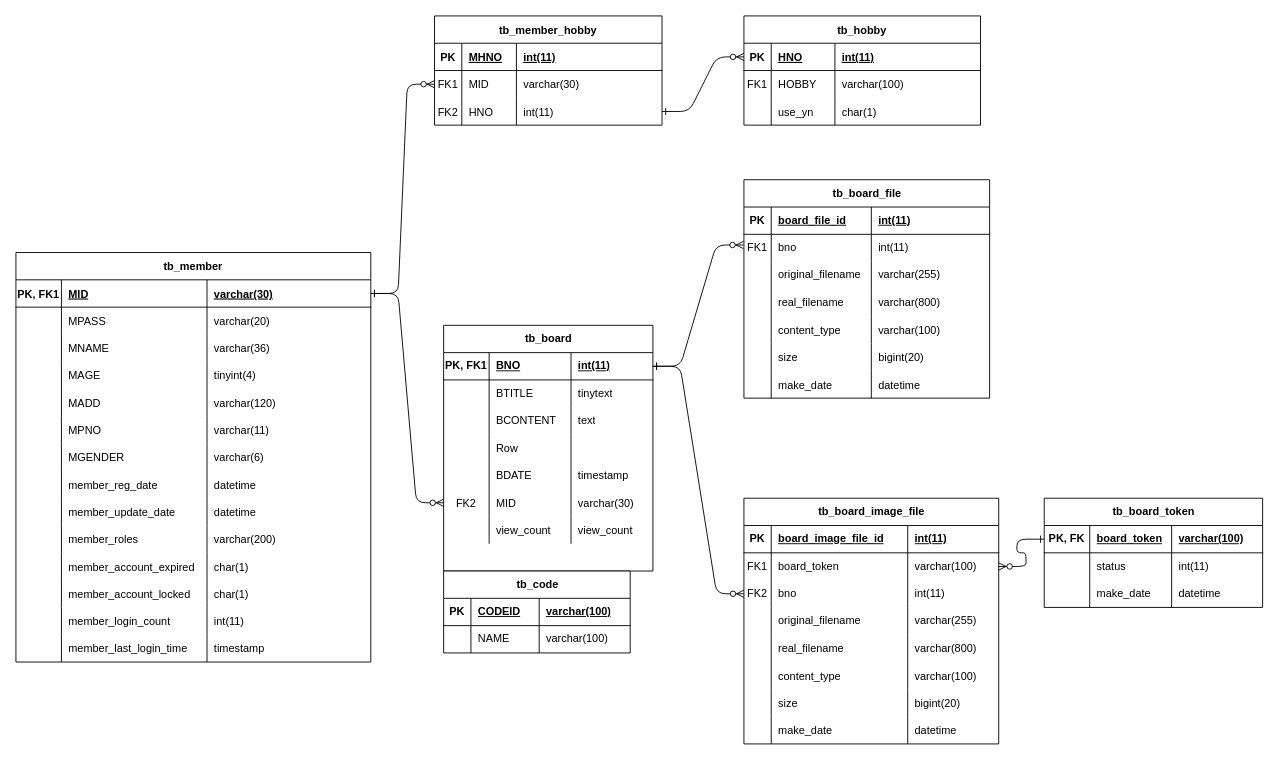
Earlier version of the draw.io diagram miniProj02/src/main/webapp/WEB-INF/docs/ERD.drawio (hrjung99/miniProj02). Source tidied: cells renumbered, new cells numbered last; positions are measured from the earlier drawing's top-left corner, leaving out a move shared by most shapes. Both pictures are drawn from the tidied source at 91%, with x=0, y=0 at pixel (15, 15).
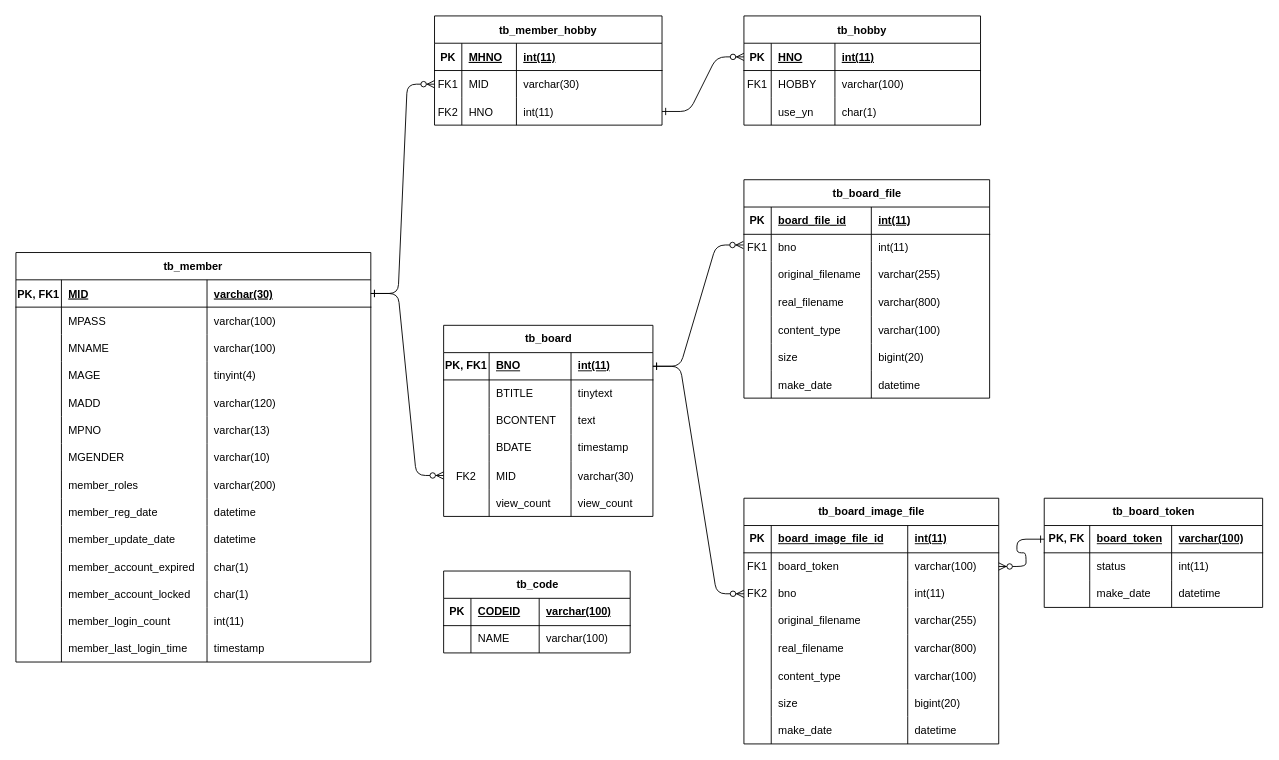
After the change.

Unchanged cells that the change refers to:
```xml
<mxCell id="30" value="tb_member" style="shape=table;startSize=30;childLayout=tableLayout;rowLines=0;fontStyle=1;align=center;" parent="1" vertex="1">
  <mxGeometry y="260" width="390" height="450" as="geometry" />
</mxCell>
<mxCell id="35" style="shape=partialRectangle;fillColor=none;top=0;left=0;right=0;bottom=0;" parent="30" vertex="1">
  <mxGeometry y="60" width="390" height="30" as="geometry" />
</mxCell>
<mxCell id="39" style="shape=tableRow;horizontal=0;startSize=0;swimlaneHead=0;swimlaneBody=0;fillColor=none;top=0;left=0;right=0;bottom=0;" parent="30" vertex="1">
  <mxGeometry y="90" width="390" height="30" as="geometry" />
</mxCell>
<mxCell id="51" style="shape=tableRow;horizontal=0;startSize=0;swimlaneHead=0;swimlaneBody=0;fillColor=none;top=0;left=0;right=0;bottom=0;" parent="30" vertex="1">
  <mxGeometry y="180" width="390" height="30" as="geometry" />
</mxCell>
<mxCell id="55" style="shape=tableRow;horizontal=0;startSize=0;swimlaneHead=0;swimlaneBody=0;fillColor=none;top=0;left=0;right=0;bottom=0;" parent="30" vertex="1">
  <mxGeometry y="210" width="390" height="30" as="geometry" />
</mxCell>
```

Change to the diagram source:
```diff
@@
-    <mxCell id="38" value="varchar(20)" style="shape=partialRectangle;overflow=hidden;fillColor=none;top=0;left=0;bottom=0;right=0;align=left;spacingLeft=6;" parent="35" vertex="1">
+    <mxCell id="38" value="varchar(100)" style="shape=partialRectangle;overflow=hidden;fillColor=none;top=0;left=0;bottom=0;right=0;align=left;spacingLeft=6;" parent="35" vertex="1">
       <mxGeometry x="210" width="180" height="30" as="geometry" />
     </mxCell>
@@
-    <mxCell id="42" value="varchar(36)" style="shape=partialRectangle;fillColor=none;top=0;left=0;bottom=0;right=0;align=left;spacingLeft=6;overflow=hidden;" parent="39" vertex="1">
+    <mxCell id="42" value="varchar(100)" style="shape=partialRectangle;fillColor=none;top=0;left=0;bottom=0;right=0;align=left;spacingLeft=6;overflow=hidden;" parent="39" vertex="1">
       <mxGeometry x="210" width="180" height="30" as="geometry" />
     </mxCell>
@@
-    <mxCell id="54" value="varchar(11)" style="shape=partialRectangle;fillColor=none;top=0;left=0;bottom=0;right=0;align=left;spacingLeft=6;overflow=hidden;" parent="51" vertex="1">
+    <mxCell id="54" value="varchar(13)" style="shape=partialRectangle;fillColor=none;top=0;left=0;bottom=0;right=0;align=left;spacingLeft=6;overflow=hidden;" parent="51" vertex="1">
       <mxGeometry x="210" width="180" height="30" as="geometry" />
     </mxCell>
@@
-    <mxCell id="58" value="varchar(6)" style="shape=partialRectangle;fillColor=none;top=0;left=0;bottom=0;right=0;align=left;spacingLeft=6;overflow=hidden;" parent="55" vertex="1">
+    <mxCell id="58" value="varchar(10)" style="shape=partialRectangle;fillColor=none;top=0;left=0;bottom=0;right=0;align=left;spacingLeft=6;overflow=hidden;" parent="55" vertex="1">
       <mxGeometry x="210" width="180" height="30" as="geometry" />
     </mxCell>
+    <mxCell id="67" style="shape=tableRow;horizontal=0;startSize=0;swimlaneHead=0;swimlaneBody=0;fillColor=none;top=0;left=0;right=0;bottom=0;" parent="30" vertex="1">
+      <mxGeometry y="240" width="390" height="30" as="geometry" />
+    </mxCell>
+    <mxCell id="68" style="shape=partialRectangle;fillColor=none;top=0;left=0;bottom=0;right=0;overflow=hidden;" parent="67" vertex="1">
+      <mxGeometry width="50" height="30" as="geometry" />
+    </mxCell>
+    <mxCell id="69" value="member_roles" style="shape=partialRectangle;fillColor=none;top=0;left=0;bottom=0;right=0;align=left;spacingLeft=6;overflow=hidden;" parent="67" vertex="1">
+      <mxGeometry x="50" width="160" height="30" as="geometry" />
+    </mxCell>
+    <mxCell id="70" value="varchar(200)" style="shape=partialRectangle;fillColor=none;top=0;left=0;bottom=0;right=0;align=left;spacingLeft=6;overflow=hidden;" parent="67" vertex="1">
+      <mxGeometry x="210" width="180" height="30" as="geometry" />
+    </mxCell>
     <mxCell id="59" style="shape=tableRow;horizontal=0;startSize=0;swimlaneHead=0;swimlaneBody=0;fillColor=none;top=0;left=0;right=0;bottom=0;" parent="30" vertex="1">
-      <mxGeometry y="240" width="390" height="30" as="geometry" />
+      <mxGeometry y="270" width="390" height="30" as="geometry" />
     </mxCell>
@@
     <mxCell id="63" style="shape=tableRow;horizontal=0;startSize=0;swimlaneHead=0;swimlaneBody=0;fillColor=none;top=0;left=0;right=0;bottom=0;" parent="30" vertex="1">
-      <mxGeometry y="270" width="390" height="30" as="geometry" />
+      <mxGeometry y="300" width="390" height="30" as="geometry" />
     </mxCell>
@@
-    <mxCell id="67" style="shape=tableRow;horizontal=0;startSize=0;swimlaneHead=0;swimlaneBody=0;fillColor=none;top=0;left=0;right=0;bottom=0;" parent="30" vertex="1">
-      <mxGeometry y="300" width="390" height="30" as="geometry" />
-    </mxCell>
-    <mxCell id="68" style="shape=partialRectangle;fillColor=none;top=0;left=0;bottom=0;right=0;overflow=hidden;" parent="67" vertex="1">
-      <mxGeometry width="50" height="30" as="geometry" />
-    </mxCell>
-    <mxCell id="69" value="member_roles" style="shape=partialRectangle;fillColor=none;top=0;left=0;bottom=0;right=0;align=left;spacingLeft=6;overflow=hidden;" parent="67" vertex="1">
-      <mxGeometry x="50" width="160" height="30" as="geometry" />
-    </mxCell>
-    <mxCell id="70" value="varchar(200)" style="shape=partialRectangle;fillColor=none;top=0;left=0;bottom=0;right=0;align=left;spacingLeft=6;overflow=hidden;" parent="67" vertex="1">
-      <mxGeometry x="210" width="180" height="30" as="geometry" />
-    </mxCell>
@@
     <mxCell id="87" value="tb_board" style="shape=table;startSize=30;childLayout=tableLayout;rowLines=0;fontStyle=1;align=center;html=1;" parent="1" vertex="1">
-      <mxGeometry x="470" y="340" width="230" height="270" as="geometry" />
+      <mxGeometry x="470" y="340" width="230" height="210" as="geometry" />
     </mxCell>
@@
-    <mxCell id="100" style="shape=tableRow;horizontal=0;startSize=0;swimlaneHead=0;swimlaneBody=0;fillColor=none;top=0;left=0;right=0;bottom=0;" parent="87" vertex="1">
-      <mxGeometry y="120" width="230" height="30" as="geometry" />
-    </mxCell>
-    <mxCell id="101" style="shape=partialRectangle;fillColor=none;top=0;left=0;bottom=0;right=0;overflow=hidden;" parent="100" vertex="1">
-      <mxGeometry width="50" height="30" as="geometry" />
-    </mxCell>
-    <mxCell id="102" value="Row" style="shape=partialRectangle;fillColor=none;top=0;left=0;bottom=0;right=0;align=left;spacingLeft=6;overflow=hidden;" parent="100" vertex="1">
-      <mxGeometry x="50" width="90" height="30" as="geometry" />
-    </mxCell>
-    <mxCell id="103" style="shape=partialRectangle;fillColor=none;top=0;left=0;bottom=0;right=0;align=left;spacingLeft=6;overflow=hidden;" parent="100" vertex="1">
-      <mxGeometry x="140" width="90" height="30" as="geometry" />
-    </mxCell>
     <mxCell id="104" style="shape=tableRow;horizontal=0;startSize=0;swimlaneHead=0;swimlaneBody=0;fillColor=none;top=0;left=0;right=0;bottom=0;" parent="87" vertex="1">
-      <mxGeometry y="150" width="230" height="30" as="geometry" />
+      <mxGeometry y="120" width="230" height="30" as="geometry" />
     </mxCell>
@@
     <mxCell id="108" style="shape=tableRow;horizontal=0;startSize=0;swimlaneHead=0;swimlaneBody=0;fillColor=none;points=[[0,0.5],[1,0.5]];portConstraint=eastwest;top=0;left=0;right=0;bottom=0;" parent="87" vertex="1">
-      <mxGeometry y="180" width="230" height="30" as="geometry" />
+      <mxGeometry y="150" width="230" height="30" as="geometry" />
     </mxCell>
@@
     <mxCell id="112" style="shape=tableRow;horizontal=0;startSize=0;swimlaneHead=0;swimlaneBody=0;fillColor=none;top=0;left=0;right=0;bottom=0;" parent="87" vertex="1">
-      <mxGeometry y="210" width="230" height="30" as="geometry" />
+      <mxGeometry y="180" width="230" height="30" as="geometry" />
     </mxCell>
```
